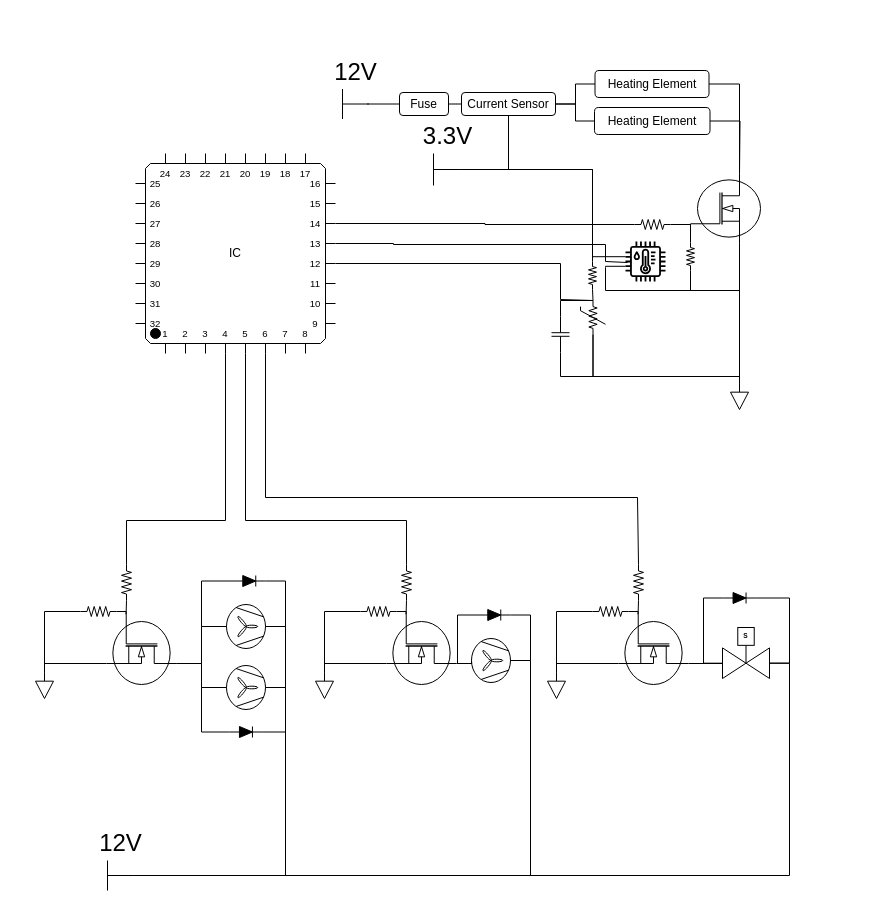
The draw.io diagram docs/Temp & humidity control.drawio in musyani-io/solar-powered-incubator, before the edit. Source tidied: cells renumbered, new cells numbered last; positions are measured from the earlier drawing's top-left corner, leaving out a move shared by most shapes. Both pictures are drawn from the tidied source at 100%, with x=0, y=0 at pixel (35, 70).
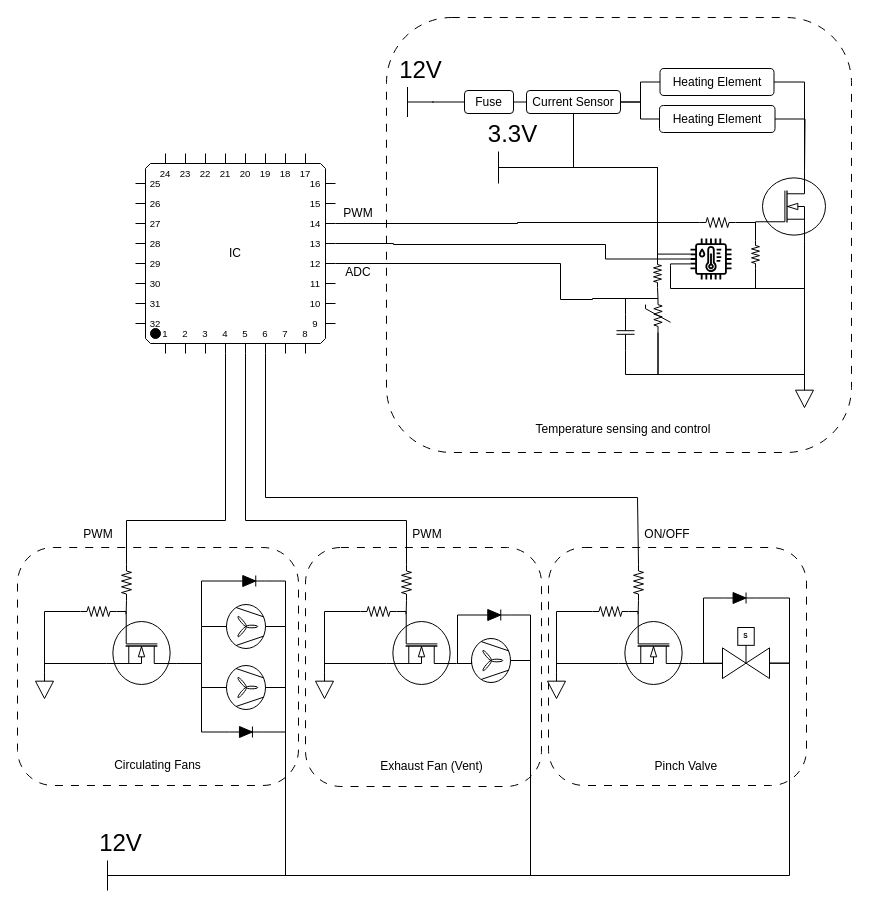
After the change.

Commit message:
docs: implemented block schematic for temp & humidity control

The change refers to these unchanged cells:
```xml
<mxCell id="3" value="IC" style="shadow=0;dashed=0;align=center;html=1;strokeWidth=1;shape=mxgraph.electrical.logic_gates.qfp_ic;whiteSpace=wrap;labelNames=a,b,c,d,e,f,g,h,i,j,k,l,m,n,o,p,q,r,s,t,u,v,w,x,y,z,a1,b1,c1,d1,e1,f1,g1,h1,i1,j1,k1,l1,m1,n1;strokeColor=light-dark(#000000,#FFFFFF);" parent="1" vertex="1">
  <mxGeometry x="100" y="83" width="200" height="200" as="geometry" />
</mxCell>
```

What changed in the source:
```diff
@@
+    <mxCell id="90" style="rounded=1;whiteSpace=wrap;html=1;dashed=1;dashPattern=8 8;" parent="1" vertex="1">
+      <mxGeometry x="270" y="477" width="236" height="239" as="geometry" />
+    </mxCell>
+    <mxCell id="91" style="rounded=1;whiteSpace=wrap;html=1;dashed=1;dashPattern=8 8;" parent="1" vertex="1">
+      <mxGeometry x="513" y="477" width="258" height="238" as="geometry" />
+    </mxCell>
+    <mxCell id="92" style="rounded=1;whiteSpace=wrap;html=1;dashed=1;dashPattern=8 8;" parent="1" vertex="1">
+      <mxGeometry x="-18" y="477" width="281" height="238" as="geometry" />
+    </mxCell>
+    <mxCell id="93" style="rounded=1;whiteSpace=wrap;html=1;dashed=1;dashPattern=8 8;" parent="1" vertex="1">
+      <mxGeometry x="351" y="-53" width="465" height="435" as="geometry" />
+    </mxCell>
-    <mxCell id="2" style="edgeStyle=orthogonalEdgeStyle;rounded=0;jettySize=auto;html=1;exitX=1;exitY=0;exitDx=0;exitDy=110;exitPerimeter=0;endArrow=none;endFill=0;entryX=0;entryY=0.5;entryDx=0;entryDy=0;entryPerimeter=0;strokeColor=light-dark(#000000,#FFFFFF);" parent="1" edge="1" source="3" target="16">
+    <mxCell id="2" style="edgeStyle=orthogonalEdgeStyle;rounded=0;jettySize=auto;html=1;endArrow=none;endFill=0;entryX=0;entryY=0.5;entryDx=0;entryDy=0;entryPerimeter=0;strokeColor=light-dark(#000000,#FFFFFF);exitX=1;exitY=0;exitDx=0;exitDy=110;exitPerimeter=0;" parent="1" edge="1" source="3" target="16">
       <mxGeometry relative="1" as="geometry">
         <Array as="points">
           <mxPoint x="525" y="193" />
           <mxPoint x="525" y="229" />
-          <mxPoint x="558" y="229" />
+          <mxPoint x="557" y="229" />
         </Array>
       </mxGeometry>
     </mxCell>
@@
     <mxCell id="4" style="verticalLabelPosition=bottom;shadow=0;dashed=0;align=center;html=1;verticalAlign=top;shape=mxgraph.electrical.resistors.resistor_2;strokeColor=light-dark(#000000,#FFFFFF);" parent="1" vertex="1">
-      <mxGeometry x="599" y="149" width="36" height="10" as="geometry" />
+      <mxGeometry x="664" y="147" width="36" height="10" as="geometry" />
     </mxCell>
     <mxCell id="5" style="verticalLabelPosition=bottom;shadow=0;dashed=0;align=center;html=1;verticalAlign=top;shape=mxgraph.electrical.mosfets1.n-channel_mosfet_1;strokeColor=light-dark(#000000,#FFFFFF);" parent="1" vertex="1">
-      <mxGeometry x="655" y="103" width="70" height="70" as="geometry" />
+      <mxGeometry x="720" y="101" width="70" height="70" as="geometry" />
     </mxCell>
@@
     <mxCell id="7" style="verticalLabelPosition=bottom;shadow=0;dashed=0;align=center;html=1;verticalAlign=top;shape=mxgraph.electrical.resistors.resistor_2;direction=south;strokeColor=light-dark(#000000,#FFFFFF);" parent="1" vertex="1">
-      <mxGeometry x="651" y="172" width="8" height="28" as="geometry" />
+      <mxGeometry x="716" y="170" width="8" height="28" as="geometry" />
     </mxCell>
@@
-    <mxCell id="9" style="edgeStyle=orthogonalEdgeStyle;rounded=0;jettySize=auto;html=1;exitX=1;exitY=0;exitDx=0;exitDy=70;exitPerimeter=0;entryX=0;entryY=0.5;entryDx=0;entryDy=0;entryPerimeter=0;endArrow=none;endFill=0;strokeColor=light-dark(#000000,#FFFFFF);" parent="1" edge="1" source="3" target="4">
+    <mxCell id="9" style="edgeStyle=orthogonalEdgeStyle;rounded=0;jettySize=auto;html=1;entryX=0;entryY=0.5;entryDx=0;entryDy=0;entryPerimeter=0;endArrow=none;endFill=0;strokeColor=light-dark(#000000,#FFFFFF);exitX=1;exitY=0;exitDx=0;exitDy=70;exitPerimeter=0;" parent="1" edge="1" source="3" target="4">
       <mxGeometry relative="1" as="geometry" />
     </mxCell>
@@
     <mxCell id="11" style="verticalLabelPosition=bottom;shadow=0;dashed=0;align=center;html=1;verticalAlign=top;shape=mxgraph.electrical.signal_sources.signal_ground;strokeColor=light-dark(#000000,#FFFFFF);" parent="1" vertex="1">
-      <mxGeometry x="695" y="313" width="18" height="26" as="geometry" />
+      <mxGeometry x="760" y="311" width="18" height="26" as="geometry" />
     </mxCell>
@@
     <mxCell id="13" style="sketch=0;outlineConnect=0;fontColor=#FFFFFF;gradientColor=none;fillColor=#000000;strokeColor=light-dark(#000000,#FFFFFF);dashed=0;verticalLabelPosition=bottom;verticalAlign=top;align=center;html=1;fontSize=12;fontStyle=0;shape=mxgraph.aws4.iot_thing_temperature_humidity_sensor;points=[[0,0.38,0,0,0],[0,0.5,0,0,0],[0,0.62,0,0,0]];" parent="1" vertex="1">
-      <mxGeometry x="590" y="171" width="40" height="40" as="geometry" />
+      <mxGeometry x="655" y="168" width="41" height="41" as="geometry" />
     </mxCell>
-    <mxCell id="14" style="edgeStyle=orthogonalEdgeStyle;rounded=0;jettySize=auto;html=1;exitX=1;exitY=0;exitDx=0;exitDy=90;exitPerimeter=0;entryX=0;entryY=0.5;entryDx=0;entryDy=0;entryPerimeter=0;endArrow=none;endFill=0;strokeColor=light-dark(#000000,#FFFFFF);" parent="1" edge="1" source="3">
+    <mxCell id="14" style="edgeStyle=orthogonalEdgeStyle;rounded=0;jettySize=auto;html=1;entryX=0;entryY=0.5;entryDx=0;entryDy=0;entryPerimeter=0;endArrow=none;endFill=0;strokeColor=light-dark(#000000,#FFFFFF);exitX=1;exitY=0;exitDx=0;exitDy=90;exitPerimeter=0;" parent="1" edge="1" source="3" target="13">
       <mxGeometry relative="1" as="geometry">
-        <mxPoint x="592" y="192" as="targetPoint" />
         <Array as="points">
-          <mxPoint x="358" y="174" />
+          <mxPoint x="358" y="173" />
           <mxPoint x="570" y="174" />
-          <mxPoint x="570" y="191" />
-          <mxPoint x="592" y="191" />
+          <mxPoint x="570" y="188" />
+          <mxPoint x="639" y="188" />
         </Array>
       </mxGeometry>
     </mxCell>
     <mxCell id="15" style="edgeStyle=orthogonalEdgeStyle;rounded=0;jettySize=auto;html=1;exitX=0;exitY=0.62;exitDx=0;exitDy=0;exitPerimeter=0;entryX=0.5;entryY=0;entryDx=0;entryDy=0;entryPerimeter=0;endArrow=none;endFill=0;strokeColor=light-dark(#000000,#FFFFFF);" parent="1" edge="1" source="13" target="11">
       <mxGeometry relative="1" as="geometry">
         <Array as="points">
-          <mxPoint x="570" y="197" />
-          <mxPoint x="570" y="220" />
-          <mxPoint x="664" y="220" />
-          <mxPoint x="704" y="219" />
+          <mxPoint x="635" y="195" />
+          <mxPoint x="635" y="218" />
+          <mxPoint x="729" y="218" />
+          <mxPoint x="769" y="217" />
         </Array>
       </mxGeometry>
     </mxCell>
     <mxCell id="16" style="verticalLabelPosition=bottom;shadow=0;dashed=0;align=center;html=1;verticalAlign=top;shape=mxgraph.electrical.resistors.nonlinear_resistor;direction=south;strokeColor=light-dark(#000000,#FFFFFF);" parent="1" vertex="1">
-      <mxGeometry x="545" y="230" width="25" height="34" as="geometry" />
+      <mxGeometry x="610" y="228" width="25" height="34" as="geometry" />
     </mxCell>
     <mxCell id="17" style="verticalLabelPosition=bottom;shadow=0;dashed=0;align=center;html=1;verticalAlign=top;shape=mxgraph.electrical.resistors.resistor_2;direction=south;strokeColor=light-dark(#000000,#FFFFFF);" parent="1" vertex="1">
-      <mxGeometry x="553" y="191" width="8" height="28" as="geometry" />
+      <mxGeometry x="618" y="189" width="8" height="28" as="geometry" />
     </mxCell>
@@
     <mxCell id="19" style="edgeStyle=orthogonalEdgeStyle;rounded=0;jettySize=auto;html=1;exitX=1;exitY=0.5;exitDx=0;exitDy=0;exitPerimeter=0;entryX=0.5;entryY=0;entryDx=0;entryDy=0;entryPerimeter=0;endArrow=none;endFill=0;strokeColor=light-dark(#000000,#FFFFFF);" parent="1" edge="1" source="16" target="11">
       <mxGeometry relative="1" as="geometry">
         <Array as="points">
-          <mxPoint x="558" y="306" />
-          <mxPoint x="704" y="306" />
+          <mxPoint x="623" y="304" />
+          <mxPoint x="769" y="304" />
         </Array>
       </mxGeometry>
     </mxCell>
     <mxCell id="20" style="verticalLabelPosition=bottom;shadow=0;dashed=0;align=center;html=1;verticalAlign=top;shape=mxgraph.electrical.capacitors.capacitor_1;direction=south;strokeColor=light-dark(#000000,#FFFFFF);" parent="1" vertex="1">
-      <mxGeometry x="516" y="246" width="18" height="36" as="geometry" />
+      <mxGeometry x="581" y="244" width="18" height="36" as="geometry" />
     </mxCell>
     <mxCell id="21" style="edgeStyle=orthogonalEdgeStyle;rounded=0;jettySize=auto;html=1;exitX=0;exitY=0.5;exitDx=0;exitDy=0;exitPerimeter=0;entryX=0;entryY=0.5;entryDx=0;entryDy=0;entryPerimeter=0;endArrow=none;endFill=0;strokeColor=light-dark(#000000,#FFFFFF);" parent="1" edge="1" source="20" target="16">
       <mxGeometry relative="1" as="geometry">
         <Array as="points">
-          <mxPoint x="525" y="230" />
+          <mxPoint x="590" y="228" />
         </Array>
       </mxGeometry>
     </mxCell>
     <mxCell id="22" style="edgeStyle=orthogonalEdgeStyle;rounded=0;jettySize=auto;html=1;exitX=1;exitY=0.5;exitDx=0;exitDy=0;exitPerimeter=0;entryX=1;entryY=0.5;entryDx=0;entryDy=0;entryPerimeter=0;endArrow=none;endFill=0;strokeColor=light-dark(#000000,#FFFFFF);" parent="1" edge="1" source="20" target="16">
       <mxGeometry relative="1" as="geometry">
         <Array as="points">
-          <mxPoint x="525" y="306" />
-          <mxPoint x="558" y="306" />
+          <mxPoint x="590" y="304" />
+          <mxPoint x="623" y="304" />
         </Array>
       </mxGeometry>
     </mxCell>
     <mxCell id="23" value="&lt;div&gt;Heating Element&lt;/div&gt;" style="rounded=1;whiteSpace=wrap;html=1;strokeColor=light-dark(#000000,#FFFFFF);" parent="1" vertex="1">
-      <mxGeometry x="559.5" width="114" height="27" as="geometry" />
+      <mxGeometry x="624.5" y="-2" width="114" height="27" as="geometry" />
     </mxCell>
     <mxCell id="24" style="edgeStyle=orthogonalEdgeStyle;rounded=0;jettySize=auto;html=1;exitX=1;exitY=0.5;exitDx=0;exitDy=0;endArrow=none;endFill=0;strokeColor=light-dark(#000000,#FFFFFF);" parent="1" edge="1" source="25">
       <mxGeometry relative="1" as="geometry">
-        <mxPoint x="704" y="103" as="targetPoint" />
+        <mxPoint x="769" y="101" as="targetPoint" />
       </mxGeometry>
     </mxCell>
     <mxCell id="25" value="Heating Element" style="rounded=1;whiteSpace=wrap;html=1;strokeColor=light-dark(#000000,#FFFFFF);" parent="1" vertex="1">
-      <mxGeometry x="559" y="37" width="115.5" height="27" as="geometry" />
+      <mxGeometry x="624" y="35" width="115.5" height="27" as="geometry" />
     </mxCell>
@@
     <mxCell id="29" value="Current Sensor" style="rounded=1;whiteSpace=wrap;html=1;strokeColor=light-dark(#000000,#FFFFFF);" parent="1" vertex="1">
-      <mxGeometry x="426" y="22" width="94" height="23" as="geometry" />
+      <mxGeometry x="491" y="20" width="94" height="23" as="geometry" />
     </mxCell>
@@
     <mxCell id="31" value="3.3V" style="verticalLabelPosition=top;verticalAlign=bottom;shape=mxgraph.electrical.signal_sources.vdd;shadow=0;dashed=0;align=center;strokeWidth=1;fontSize=24;html=1;flipV=1;legacyAnchorPoints=0;rotation=0;direction=south;strokeColor=light-dark(#000000,#FFFFFF);" parent="1" vertex="1">
-      <mxGeometry x="398" y="83" width="27" height="32" as="geometry" />
+      <mxGeometry x="463" y="81" width="27" height="32" as="geometry" />
     </mxCell>
     <mxCell id="32" style="edgeStyle=orthogonalEdgeStyle;rounded=0;jettySize=auto;html=1;exitX=0.5;exitY=0;exitDx=0;exitDy=0;exitPerimeter=0;entryX=0;entryY=0.5;entryDx=0;entryDy=0;endArrow=none;endFill=0;strokeColor=light-dark(#000000,#FFFFFF);" parent="1" edge="1" source="33" target="37">
       <mxGeometry relative="1" as="geometry">
         <Array as="points">
-          <mxPoint x="332" y="34" />
+          <mxPoint x="397" y="32" />
         </Array>
       </mxGeometry>
     </mxCell>
     <mxCell id="33" value="12V" style="verticalLabelPosition=top;verticalAlign=bottom;shape=mxgraph.electrical.signal_sources.vdd;shadow=0;dashed=0;align=center;strokeWidth=1;fontSize=24;html=1;flipV=1;legacyAnchorPoints=0;strokeColor=light-dark(#000000,#FFFFFF);direction=south;" parent="1" vertex="1">
-      <mxGeometry x="307" y="18.5" width="26" height="30" as="geometry" />
+      <mxGeometry x="372" y="16.5" width="26" height="30" as="geometry" />
     </mxCell>
     <mxCell id="34" style="edgeStyle=orthogonalEdgeStyle;rounded=0;jettySize=auto;html=1;exitX=0.5;exitY=0;exitDx=0;exitDy=0;exitPerimeter=0;entryX=0;entryY=0.38;entryDx=0;entryDy=0;entryPerimeter=0;endArrow=none;endFill=0;strokeColor=light-dark(#000000,#FFFFFF);" parent="1" edge="1" source="31" target="13">
       <mxGeometry relative="1" as="geometry">
         <Array as="points">
-          <mxPoint x="557" y="99" />
-          <mxPoint x="557" y="186" />
+          <mxPoint x="622" y="97" />
+          <mxPoint x="622" y="184" />
         </Array>
       </mxGeometry>
     </mxCell>
@@
     <mxCell id="37" value="&lt;div&gt;Fuse&lt;/div&gt;" style="rounded=1;whiteSpace=wrap;html=1;strokeColor=light-dark(#000000,#FFFFFF);" parent="1" vertex="1">
-      <mxGeometry x="364" y="22" width="49" height="23" as="geometry" />
+      <mxGeometry x="429" y="20" width="49" height="23" as="geometry" />
     </mxCell>
@@
+    <mxCell id="94" value="Temperature sensing and control" style="text;html=1;whiteSpace=wrap;strokeColor=none;fillColor=none;align=center;verticalAlign=middle;rounded=0;" parent="1" vertex="1">
+      <mxGeometry x="436.5" y="344" width="302" height="30" as="geometry" />
+    </mxCell>
+    <mxCell id="95" value="Circulating Fans" style="text;html=1;whiteSpace=wrap;strokeColor=none;fillColor=none;align=center;verticalAlign=middle;rounded=0;" parent="1" vertex="1">
+      <mxGeometry x="60" y="680" width="125" height="30" as="geometry" />
+    </mxCell>
+    <mxCell id="96" value="Exhaust Fan (Vent)" style="text;html=1;whiteSpace=wrap;strokeColor=none;fillColor=none;align=center;verticalAlign=middle;rounded=0;" parent="1" vertex="1">
+      <mxGeometry x="334" y="681" width="125" height="30" as="geometry" />
+    </mxCell>
+    <mxCell id="97" value="Pinch Valve&amp;nbsp;" style="text;html=1;whiteSpace=wrap;strokeColor=none;fillColor=none;align=center;verticalAlign=middle;rounded=0;" parent="1" vertex="1">
+      <mxGeometry x="590" y="681" width="125" height="30" as="geometry" />
+    </mxCell>
+    <mxCell id="98" value="PWM" style="text;html=1;whiteSpace=wrap;strokeColor=none;fillColor=none;align=center;verticalAlign=middle;rounded=0;" parent="1" vertex="1">
+      <mxGeometry x="33" y="455" width="60" height="18" as="geometry" />
+    </mxCell>
+    <mxCell id="99" value="PWM" style="text;html=1;whiteSpace=wrap;strokeColor=none;fillColor=none;align=center;verticalAlign=middle;rounded=0;" parent="1" vertex="1">
+      <mxGeometry x="362" y="455" width="60" height="18" as="geometry" />
+    </mxCell>
+    <mxCell id="100" value="ON/OFF" style="text;html=1;whiteSpace=wrap;strokeColor=none;fillColor=none;align=center;verticalAlign=middle;rounded=0;" parent="1" vertex="1">
+      <mxGeometry x="602" y="455" width="60" height="18" as="geometry" />
+    </mxCell>
+    <mxCell id="101" value="PWM" style="text;html=1;whiteSpace=wrap;strokeColor=none;fillColor=none;align=center;verticalAlign=middle;rounded=0;" parent="1" vertex="1">
+      <mxGeometry x="293" y="134" width="60" height="18" as="geometry" />
+    </mxCell>
+    <mxCell id="102" value="&lt;div&gt;ADC&lt;/div&gt;" style="text;html=1;whiteSpace=wrap;strokeColor=none;fillColor=none;align=center;verticalAlign=middle;rounded=0;" parent="1" vertex="1">
+      <mxGeometry x="293" y="193" width="60" height="18" as="geometry" />
+    </mxCell>
```
